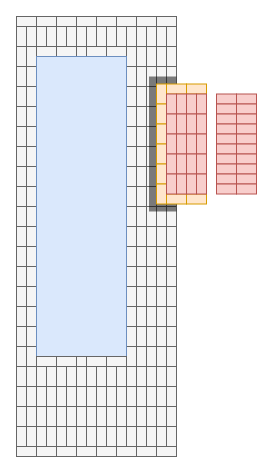
Earlier version of the draw.io diagram Decking.drawio (hikumealan/draw-io-diagrams). Source tidied: cells renumbered, new cells numbered last; positions are measured from the earlier drawing's top-left corner, leaving out a move shared by most shapes. Both pictures are drawn from the tidied source at 100%, with x=0, y=0 at pixel (16, 16).
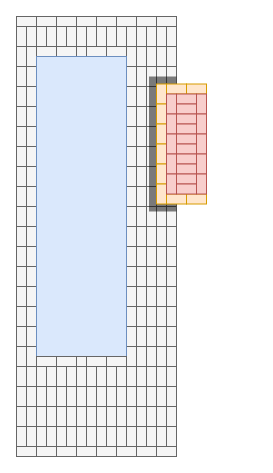
The same page after the edit.

Diff of the diagram source:
```diff
@@
-    <mxCell id="26" style="rounded=0;whiteSpace=wrap;html=1;strokeColor=none;fillColor=#ffe6cc;" parent="1" vertex="1">
-      <mxGeometry x="140" y="67.5" width="50" height="120" as="geometry" />
-    </mxCell>
@@
-    <mxCell id="101" style="group;" parent="1" vertex="1">
-      <mxGeometry x="200" y="77.5" width="40" height="100" as="geometry" />
-    </mxCell>
-    <mxCell id="102" style="group;" parent="101" vertex="1">
-      <mxGeometry width="40" height="10" as="geometry" />
-    </mxCell>
-    <mxCell id="103" style="rounded=0;whiteSpace=wrap;html=1;fillColor=#f8cecc;strokeColor=#b85450;" parent="102" vertex="1">
-      <mxGeometry width="20" height="10" as="geometry" />
-    </mxCell>
-    <mxCell id="104" style="rounded=0;whiteSpace=wrap;html=1;fillColor=#f8cecc;strokeColor=#b85450;" parent="102" vertex="1">
-      <mxGeometry x="20" width="20" height="10" as="geometry" />
-    </mxCell>
-    <mxCell id="105" style="group;" parent="101" vertex="1">
-      <mxGeometry y="10" width="40" height="10" as="geometry" />
-    </mxCell>
-    <mxCell id="106" style="rounded=0;whiteSpace=wrap;html=1;fillColor=#f8cecc;strokeColor=#b85450;" parent="105" vertex="1">
-      <mxGeometry width="20" height="10" as="geometry" />
-    </mxCell>
-    <mxCell id="107" style="rounded=0;whiteSpace=wrap;html=1;fillColor=#f8cecc;strokeColor=#b85450;" parent="105" vertex="1">
-      <mxGeometry x="20" width="20" height="10" as="geometry" />
-    </mxCell>
-    <mxCell id="108" style="group;" parent="101" vertex="1">
-      <mxGeometry y="20" width="40" height="10" as="geometry" />
-    </mxCell>
-    <mxCell id="109" style="rounded=0;whiteSpace=wrap;html=1;fillColor=#f8cecc;strokeColor=#b85450;" parent="108" vertex="1">
-      <mxGeometry width="20" height="10" as="geometry" />
-    </mxCell>
-    <mxCell id="110" style="rounded=0;whiteSpace=wrap;html=1;fillColor=#f8cecc;strokeColor=#b85450;" parent="108" vertex="1">
-      <mxGeometry x="20" width="20" height="10" as="geometry" />
-    </mxCell>
-    <mxCell id="111" style="group;" parent="101" vertex="1">
-      <mxGeometry y="30" width="40" height="10" as="geometry" />
-    </mxCell>
-    <mxCell id="112" style="rounded=0;whiteSpace=wrap;html=1;fillColor=#f8cecc;strokeColor=#b85450;" parent="111" vertex="1">
-      <mxGeometry width="20" height="10" as="geometry" />
-    </mxCell>
-    <mxCell id="113" style="rounded=0;whiteSpace=wrap;html=1;fillColor=#f8cecc;strokeColor=#b85450;" parent="111" vertex="1">
-      <mxGeometry x="20" width="20" height="10" as="geometry" />
-    </mxCell>
-    <mxCell id="114" style="group;" parent="101" vertex="1">
-      <mxGeometry y="40" width="40" height="10" as="geometry" />
-    </mxCell>
-    <mxCell id="115" style="rounded=0;whiteSpace=wrap;html=1;fillColor=#f8cecc;strokeColor=#b85450;" parent="114" vertex="1">
-      <mxGeometry width="20" height="10" as="geometry" />
-    </mxCell>
-    <mxCell id="116" style="rounded=0;whiteSpace=wrap;html=1;fillColor=#f8cecc;strokeColor=#b85450;" parent="114" vertex="1">
-      <mxGeometry x="20" width="20" height="10" as="geometry" />
-    </mxCell>
-    <mxCell id="117" style="group;" parent="101" vertex="1">
-      <mxGeometry y="50" width="40" height="10" as="geometry" />
-    </mxCell>
-    <mxCell id="118" style="rounded=0;whiteSpace=wrap;html=1;fillColor=#f8cecc;strokeColor=#b85450;" parent="117" vertex="1">
-      <mxGeometry width="20" height="10" as="geometry" />
-    </mxCell>
-    <mxCell id="119" style="rounded=0;whiteSpace=wrap;html=1;fillColor=#f8cecc;strokeColor=#b85450;" parent="117" vertex="1">
-      <mxGeometry x="20" width="20" height="10" as="geometry" />
-    </mxCell>
-    <mxCell id="120" style="group;" parent="101" vertex="1">
-      <mxGeometry y="60" width="40" height="10" as="geometry" />
-    </mxCell>
-    <mxCell id="121" style="rounded=0;whiteSpace=wrap;html=1;fillColor=#f8cecc;strokeColor=#b85450;" parent="120" vertex="1">
-      <mxGeometry width="20" height="10" as="geometry" />
-    </mxCell>
-    <mxCell id="122" style="rounded=0;whiteSpace=wrap;html=1;fillColor=#f8cecc;strokeColor=#b85450;" parent="120" vertex="1">
-      <mxGeometry x="20" width="20" height="10" as="geometry" />
-    </mxCell>
-    <mxCell id="123" style="group;" parent="101" vertex="1">
-      <mxGeometry y="70" width="40" height="10" as="geometry" />
-    </mxCell>
-    <mxCell id="124" style="rounded=0;whiteSpace=wrap;html=1;fillColor=#f8cecc;strokeColor=#b85450;" parent="123" vertex="1">
-      <mxGeometry width="20" height="10" as="geometry" />
-    </mxCell>
-    <mxCell id="125" style="rounded=0;whiteSpace=wrap;html=1;fillColor=#f8cecc;strokeColor=#b85450;" parent="123" vertex="1">
-      <mxGeometry x="20" width="20" height="10" as="geometry" />
-    </mxCell>
-    <mxCell id="126" style="group;" parent="101" vertex="1">
-      <mxGeometry y="80" width="40" height="10" as="geometry" />
-    </mxCell>
-    <mxCell id="127" style="rounded=0;whiteSpace=wrap;html=1;fillColor=#f8cecc;strokeColor=#b85450;" parent="126" vertex="1">
-      <mxGeometry width="20" height="10" as="geometry" />
-    </mxCell>
-    <mxCell id="128" style="rounded=0;whiteSpace=wrap;html=1;fillColor=#f8cecc;strokeColor=#b85450;" parent="126" vertex="1">
-      <mxGeometry x="20" width="20" height="10" as="geometry" />
-    </mxCell>
-    <mxCell id="129" style="group;" parent="101" vertex="1">
-      <mxGeometry y="90" width="40" height="10" as="geometry" />
-    </mxCell>
-    <mxCell id="130" style="rounded=0;whiteSpace=wrap;html=1;fillColor=#f8cecc;strokeColor=#b85450;" parent="129" vertex="1">
-      <mxGeometry width="20" height="10" as="geometry" />
-    </mxCell>
-    <mxCell id="131" style="rounded=0;whiteSpace=wrap;html=1;fillColor=#f8cecc;strokeColor=#b85450;" parent="129" vertex="1">
-      <mxGeometry x="20" width="20" height="10" as="geometry" />
-    </mxCell>
@@
-    <mxCell id="475" style="rounded=0;whiteSpace=wrap;html=1;fillColor=#f8cecc;strokeColor=none;" parent="1" vertex="1">
-      <mxGeometry x="150" y="77.5" width="40" height="100" as="geometry" />
-    </mxCell>
-    <mxCell id="476" style="group;" parent="1" vertex="1">
-      <mxGeometry x="150" y="77.5" width="40" height="100" as="geometry" />
-    </mxCell>
-    <mxCell id="477" style="group;" parent="476" vertex="1">
-      <mxGeometry width="40" height="20" as="geometry" />
-    </mxCell>
-    <mxCell id="478" style="rounded=0;whiteSpace=wrap;html=1;fillColor=#f8cecc;strokeColor=#b85450;" parent="477" vertex="1">
-      <mxGeometry width="10" height="20" as="geometry" />
+    <mxCell id="478" style="rounded=0;whiteSpace=wrap;html=1;fillColor=#f8cecc;strokeColor=#b85450;" parent="1" vertex="1">
+      <mxGeometry x="150" y="77.5" width="10" height="20" as="geometry" />
     </mxCell>
-    <mxCell id="479" style="rounded=0;whiteSpace=wrap;html=1;fillColor=#f8cecc;strokeColor=#b85450;" parent="477" vertex="1">
-      <mxGeometry x="10" width="10" height="20" as="geometry" />
-    </mxCell>
-    <mxCell id="480" style="rounded=0;whiteSpace=wrap;html=1;fillColor=#f8cecc;strokeColor=#b85450;" parent="477" vertex="1">
-      <mxGeometry x="20" width="10" height="20" as="geometry" />
-    </mxCell>
-    <mxCell id="481" style="rounded=0;whiteSpace=wrap;html=1;fillColor=#f8cecc;strokeColor=#b85450;" parent="477" vertex="1">
-      <mxGeometry x="30" width="10" height="20" as="geometry" />
+    <mxCell id="481" style="rounded=0;whiteSpace=wrap;html=1;fillColor=#f8cecc;strokeColor=#b85450;" parent="1" vertex="1">
+      <mxGeometry x="180" y="77.5" width="10" height="20" as="geometry" />
     </mxCell>
-    <mxCell id="482" style="group;" parent="476" vertex="1">
-      <mxGeometry y="20" width="40" height="20" as="geometry" />
-    </mxCell>
-    <mxCell id="483" style="rounded=0;whiteSpace=wrap;html=1;fillColor=#f8cecc;strokeColor=#b85450;" parent="482" vertex="1">
-      <mxGeometry width="10" height="20" as="geometry" />
+    <mxCell id="483" style="rounded=0;whiteSpace=wrap;html=1;fillColor=#f8cecc;strokeColor=#b85450;" parent="1" vertex="1">
+      <mxGeometry x="150" y="97.5" width="10" height="20" as="geometry" />
     </mxCell>
-    <mxCell id="484" style="rounded=0;whiteSpace=wrap;html=1;fillColor=#f8cecc;strokeColor=#b85450;" parent="482" vertex="1">
-      <mxGeometry x="10" width="10" height="20" as="geometry" />
-    </mxCell>
-    <mxCell id="485" style="rounded=0;whiteSpace=wrap;html=1;fillColor=#f8cecc;strokeColor=#b85450;" parent="482" vertex="1">
-      <mxGeometry x="20" width="10" height="20" as="geometry" />
-    </mxCell>
-    <mxCell id="486" style="rounded=0;whiteSpace=wrap;html=1;fillColor=#f8cecc;strokeColor=#b85450;" parent="482" vertex="1">
-      <mxGeometry x="30" width="10" height="20" as="geometry" />
+    <mxCell id="486" style="rounded=0;whiteSpace=wrap;html=1;fillColor=#f8cecc;strokeColor=#b85450;" parent="1" vertex="1">
+      <mxGeometry x="180" y="97.5" width="10" height="20" as="geometry" />
     </mxCell>
-    <mxCell id="487" style="group;" parent="476" vertex="1">
-      <mxGeometry y="40" width="40" height="20" as="geometry" />
-    </mxCell>
-    <mxCell id="488" style="rounded=0;whiteSpace=wrap;html=1;fillColor=#f8cecc;strokeColor=#b85450;" parent="487" vertex="1">
-      <mxGeometry width="10" height="20" as="geometry" />
+    <mxCell id="488" style="rounded=0;whiteSpace=wrap;html=1;fillColor=#f8cecc;strokeColor=#b85450;" parent="1" vertex="1">
+      <mxGeometry x="150" y="117.5" width="10" height="20" as="geometry" />
     </mxCell>
-    <mxCell id="489" style="rounded=0;whiteSpace=wrap;html=1;fillColor=#f8cecc;strokeColor=#b85450;" parent="487" vertex="1">
-      <mxGeometry x="10" width="10" height="20" as="geometry" />
-    </mxCell>
-    <mxCell id="490" style="rounded=0;whiteSpace=wrap;html=1;fillColor=#f8cecc;strokeColor=#b85450;" parent="487" vertex="1">
-      <mxGeometry x="20" width="10" height="20" as="geometry" />
-    </mxCell>
-    <mxCell id="491" style="rounded=0;whiteSpace=wrap;html=1;fillColor=#f8cecc;strokeColor=#b85450;" parent="487" vertex="1">
-      <mxGeometry x="30" width="10" height="20" as="geometry" />
+    <mxCell id="491" style="rounded=0;whiteSpace=wrap;html=1;fillColor=#f8cecc;strokeColor=#b85450;" parent="1" vertex="1">
+      <mxGeometry x="180" y="117.5" width="10" height="20" as="geometry" />
     </mxCell>
-    <mxCell id="492" style="group;" parent="476" vertex="1">
-      <mxGeometry y="60" width="40" height="20" as="geometry" />
-    </mxCell>
-    <mxCell id="493" style="rounded=0;whiteSpace=wrap;html=1;fillColor=#f8cecc;strokeColor=#b85450;" parent="492" vertex="1">
-      <mxGeometry width="10" height="20" as="geometry" />
+    <mxCell id="493" style="rounded=0;whiteSpace=wrap;html=1;fillColor=#f8cecc;strokeColor=#b85450;" parent="1" vertex="1">
+      <mxGeometry x="150" y="137.5" width="10" height="20" as="geometry" />
     </mxCell>
-    <mxCell id="494" style="rounded=0;whiteSpace=wrap;html=1;fillColor=#f8cecc;strokeColor=#b85450;" parent="492" vertex="1">
-      <mxGeometry x="10" width="10" height="20" as="geometry" />
-    </mxCell>
-    <mxCell id="495" style="rounded=0;whiteSpace=wrap;html=1;fillColor=#f8cecc;strokeColor=#b85450;" parent="492" vertex="1">
-      <mxGeometry x="20" width="10" height="20" as="geometry" />
-    </mxCell>
-    <mxCell id="496" style="rounded=0;whiteSpace=wrap;html=1;fillColor=#f8cecc;strokeColor=#b85450;" parent="492" vertex="1">
-      <mxGeometry x="30" width="10" height="20" as="geometry" />
+    <mxCell id="496" style="rounded=0;whiteSpace=wrap;html=1;fillColor=#f8cecc;strokeColor=#b85450;" parent="1" vertex="1">
+      <mxGeometry x="180" y="137.5" width="10" height="20" as="geometry" />
     </mxCell>
-    <mxCell id="497" style="group;" parent="476" vertex="1">
-      <mxGeometry y="80" width="40" height="20" as="geometry" />
-    </mxCell>
-    <mxCell id="498" style="rounded=0;whiteSpace=wrap;html=1;fillColor=#f8cecc;strokeColor=#b85450;" parent="497" vertex="1">
-      <mxGeometry width="10" height="20" as="geometry" />
+    <mxCell id="498" style="rounded=0;whiteSpace=wrap;html=1;fillColor=#f8cecc;strokeColor=#b85450;" parent="1" vertex="1">
+      <mxGeometry x="150" y="157.5" width="10" height="20" as="geometry" />
     </mxCell>
-    <mxCell id="499" style="rounded=0;whiteSpace=wrap;html=1;fillColor=#f8cecc;strokeColor=#b85450;" parent="497" vertex="1">
-      <mxGeometry x="10" width="10" height="20" as="geometry" />
-    </mxCell>
-    <mxCell id="500" style="rounded=0;whiteSpace=wrap;html=1;fillColor=#f8cecc;strokeColor=#b85450;" parent="497" vertex="1">
-      <mxGeometry x="20" width="10" height="20" as="geometry" />
-    </mxCell>
-    <mxCell id="501" style="rounded=0;whiteSpace=wrap;html=1;fillColor=#f8cecc;strokeColor=#b85450;" parent="497" vertex="1">
-      <mxGeometry x="30" width="10" height="20" as="geometry" />
+    <mxCell id="501" style="rounded=0;whiteSpace=wrap;html=1;fillColor=#f8cecc;strokeColor=#b85450;" parent="1" vertex="1">
+      <mxGeometry x="180" y="157.5" width="10" height="20" as="geometry" />
     </mxCell>
+    <mxCell id="103" style="rounded=0;whiteSpace=wrap;html=1;fillColor=#f8cecc;strokeColor=#b85450;" parent="1" vertex="1">
+      <mxGeometry x="160" y="77.5" width="20" height="10" as="geometry" />
+    </mxCell>
+    <mxCell id="104" style="rounded=0;whiteSpace=wrap;html=1;fillColor=#f8cecc;strokeColor=#b85450;" parent="1" vertex="1">
+      <mxGeometry x="160" y="87.5" width="20" height="10" as="geometry" />
+    </mxCell>
+    <mxCell id="106" style="rounded=0;whiteSpace=wrap;html=1;fillColor=#f8cecc;strokeColor=#b85450;" parent="1" vertex="1">
+      <mxGeometry x="160" y="97.5" width="20" height="10" as="geometry" />
+    </mxCell>
+    <mxCell id="107" style="rounded=0;whiteSpace=wrap;html=1;fillColor=#f8cecc;strokeColor=#b85450;" parent="1" vertex="1">
+      <mxGeometry x="160" y="107.5" width="20" height="10" as="geometry" />
+    </mxCell>
+    <mxCell id="109" style="rounded=0;whiteSpace=wrap;html=1;fillColor=#f8cecc;strokeColor=#b85450;" parent="1" vertex="1">
+      <mxGeometry x="160" y="117.5" width="20" height="10" as="geometry" />
+    </mxCell>
+    <mxCell id="110" style="rounded=0;whiteSpace=wrap;html=1;fillColor=#f8cecc;strokeColor=#b85450;" parent="1" vertex="1">
+      <mxGeometry x="160" y="127.5" width="20" height="10" as="geometry" />
+    </mxCell>
+    <mxCell id="112" style="rounded=0;whiteSpace=wrap;html=1;fillColor=#f8cecc;strokeColor=#b85450;" parent="1" vertex="1">
+      <mxGeometry x="160" y="137.5" width="20" height="10" as="geometry" />
+    </mxCell>
+    <mxCell id="113" style="rounded=0;whiteSpace=wrap;html=1;fillColor=#f8cecc;strokeColor=#b85450;" parent="1" vertex="1">
+      <mxGeometry x="160" y="147.5" width="20" height="10" as="geometry" />
+    </mxCell>
+    <mxCell id="115" style="rounded=0;whiteSpace=wrap;html=1;fillColor=#f8cecc;strokeColor=#b85450;" parent="1" vertex="1">
+      <mxGeometry x="160" y="157.5" width="20" height="10" as="geometry" />
+    </mxCell>
+    <mxCell id="116" style="rounded=0;whiteSpace=wrap;html=1;fillColor=#f8cecc;strokeColor=#b85450;" parent="1" vertex="1">
+      <mxGeometry x="160" y="167.5" width="20" height="10" as="geometry" />
+    </mxCell>
```
